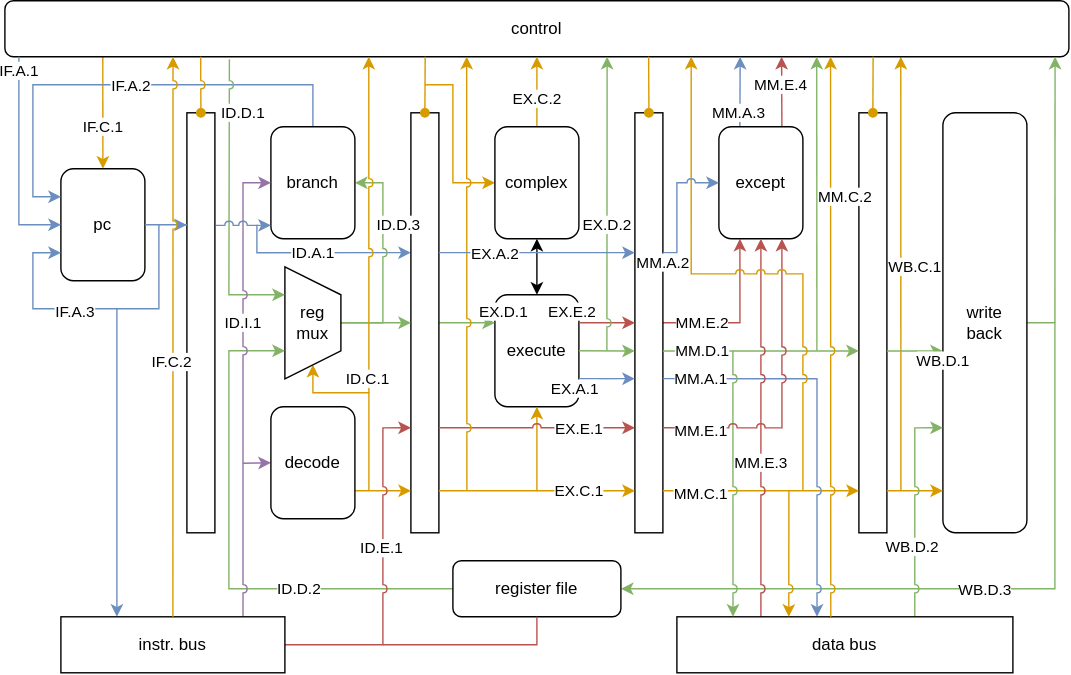
endereyewxy/NaiveMIPS keeps this draw.io diagram as datapath-2.svg. Above is the earlier version. Source tidied: cells renumbered, new cells last; positions are measured from the earlier drawing's top-left corner, leaving out a move shared by most shapes.
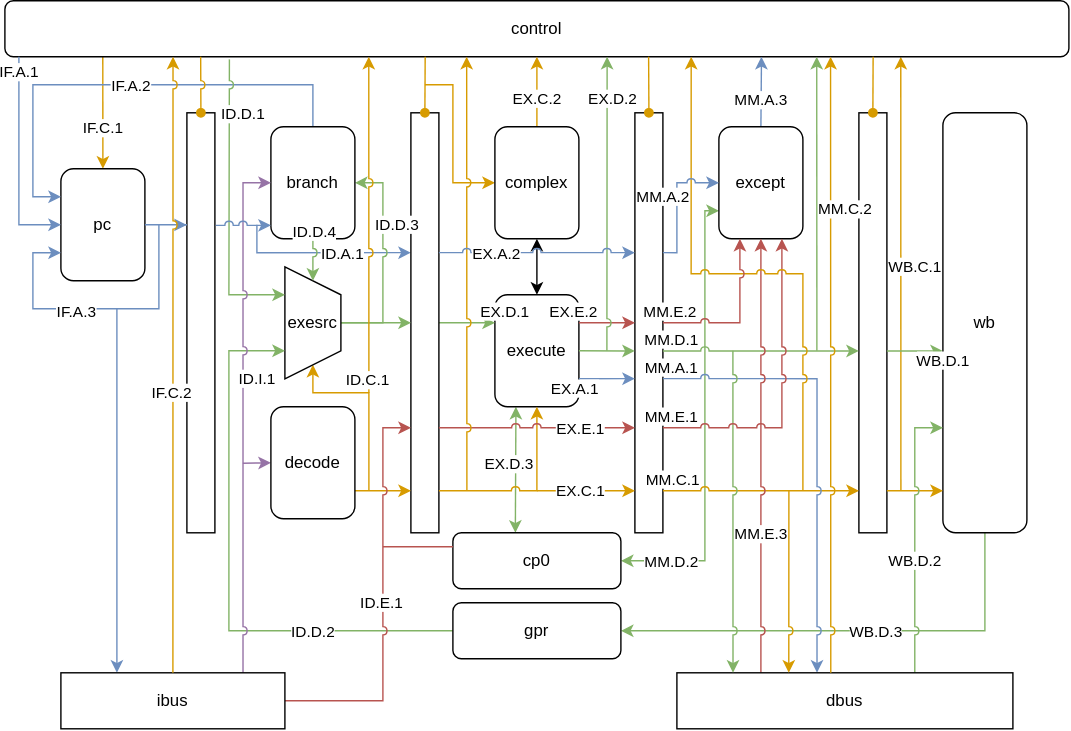
After the commit.

Commit message:
修改数据通路

Change to the diagram source:
```diff
@@ -4,2 +4,15 @@
     <mxCell id="1" parent="0" />
+    <mxCell id="109" style="edgeStyle=orthogonalEdgeStyle;rounded=0;jumpStyle=arc;jumpSize=6;jettySize=auto;html=1;exitX=0;exitY=0.75;exitDx=0;exitDy=0;entryX=1;entryY=0.5;entryDx=0;entryDy=0;endArrow=classic;endFill=1;fillColor=#d5e8d4;strokeColor=#82b366;startArrow=classic;startFill=1;" parent="1" edge="1" source="46" target="113">
+      <mxGeometry relative="1" as="geometry">
+        <Array as="points">
+          <mxPoint x="500" y="150" />
+          <mxPoint x="500" y="400" />
+        </Array>
+      </mxGeometry>
+    </mxCell>
+    <mxCell id="110" value="MM.D.2" style="edgeLabel;html=1;align=center;verticalAlign=middle;" parent="109" vertex="1">
+      <mxGeometry x="0.69" y="3" relative="1" as="geometry">
+        <mxPoint x="-14.7" y="-2" as="offset" />
+      </mxGeometry>
+    </mxCell>
     <mxCell id="2" style="endArrow=classic;html=1;fillColor=#dae8fc;strokeColor=#6c8ebf;rounded=0;edgeStyle=orthogonalEdgeStyle;entryX=0;entryY=0.333;entryDx=0;entryDy=0;entryPerimeter=0;jumpStyle=arc;" parent="1" edge="1" target="13">
@@ -17,2 +30,10 @@
     </mxCell>
+    <mxCell id="111" style="edgeStyle=orthogonalEdgeStyle;rounded=0;jumpStyle=arc;jumpSize=6;jettySize=auto;html=1;exitX=0.25;exitY=1;exitDx=0;exitDy=0;entryX=0.372;entryY=0;entryDx=0;entryDy=0;entryPerimeter=0;endArrow=classic;endFill=1;fillColor=#d5e8d4;strokeColor=#82b366;startArrow=classic;startFill=1;" parent="1" edge="1" source="4" target="113">
+      <mxGeometry relative="1" as="geometry" />
+    </mxCell>
+    <mxCell id="112" value="EX.D.3" style="edgeLabel;html=1;align=center;verticalAlign=middle;" parent="111" vertex="1">
+      <mxGeometry x="-0.25" y="-2" relative="1" as="geometry">
+        <mxPoint x="-3" y="6.2" as="offset" />
+      </mxGeometry>
+    </mxCell>
     <mxCell id="4" value="execute" style="rounded=1;whiteSpace=wrap;html=1;" parent="1" vertex="1">
@@ -56,10 +77,2 @@
     </mxCell>
-    <mxCell id="14" style="edgeStyle=orthogonalEdgeStyle;rounded=0;jumpStyle=arc;jumpSize=6;jettySize=auto;html=1;exitX=1;exitY=0.5;exitDx=0;exitDy=0;entryX=0.25;entryY=1;entryDx=0;entryDy=0;endArrow=classic;endFill=1;fillColor=#f8cecc;strokeColor=#b85450;" parent="1" edge="1" source="16" target="46">
-      <mxGeometry relative="1" as="geometry" />
-    </mxCell>
-    <mxCell id="15" value="MM.E.2" style="edgeLabel;html=1;align=center;verticalAlign=middle;" parent="14" vertex="1">
-      <mxGeometry x="-0.65" y="1" relative="1" as="geometry">
-        <mxPoint x="8" y="1" as="offset" />
-      </mxGeometry>
-    </mxCell>
     <mxCell id="16" style="rounded=0;whiteSpace=wrap;html=1;" parent="1" vertex="1">
@@ -144,16 +157,11 @@
     </mxCell>
-    <mxCell id="34" style="edgeStyle=orthogonalEdgeStyle;rounded=0;jumpStyle=arc;jumpSize=6;jettySize=auto;html=1;exitX=1;exitY=0.5;exitDx=0;exitDy=0;entryX=1;entryY=0.5;entryDx=0;entryDy=0;endArrow=classic;endFill=1;fillColor=#d5e8d4;strokeColor=#82b366;" parent="1" edge="1" source="37" target="54">
+    <mxCell id="34" style="edgeStyle=orthogonalEdgeStyle;rounded=0;jumpStyle=arc;jumpSize=6;jettySize=auto;html=1;exitX=0.5;exitY=1;exitDx=0;exitDy=0;entryX=1;entryY=0.5;entryDx=0;entryDy=0;endArrow=classic;endFill=1;fillColor=#d5e8d4;strokeColor=#82b366;" parent="1" edge="1" source="37" target="54">
       <mxGeometry relative="1" as="geometry" />
     </mxCell>
-    <mxCell id="35" style="edgeStyle=orthogonalEdgeStyle;rounded=0;jumpStyle=arc;jumpSize=6;jettySize=auto;html=1;endArrow=classic;endFill=1;fillColor=#d5e8d4;strokeColor=#82b366;entryX=0.987;entryY=1;entryDx=0;entryDy=0;entryPerimeter=0;" parent="1" edge="1" target="23">
-      <mxGeometry relative="1" as="geometry">
-        <mxPoint x="750" y="230" as="sourcePoint" />
-      </mxGeometry>
-    </mxCell>
-    <mxCell id="36" value="WB.D.3" style="edgeLabel;html=1;align=center;verticalAlign=middle;" parent="35" vertex="1">
-      <mxGeometry x="-0.22" relative="1" as="geometry">
-        <mxPoint x="-50" y="265.5" as="offset" />
+    <mxCell id="36" value="WB.D.3" style="edgeLabel;html=1;align=center;verticalAlign=middle;" parent="34" vertex="1">
+      <mxGeometry x="-0.07" y="-2" relative="1" as="geometry">
+        <mxPoint x="6.2" y="3" as="offset" />
       </mxGeometry>
     </mxCell>
-    <mxCell id="37" value="&lt;div&gt;write&lt;/div&gt;&lt;div&gt;back&lt;/div&gt;" style="rounded=1;whiteSpace=wrap;html=1;" parent="1" vertex="1">
+    <mxCell id="37" value="wb" style="rounded=1;whiteSpace=wrap;html=1;" parent="1" vertex="1">
       <mxGeometry x="670" y="80" width="60" height="300" as="geometry" />
@@ -177,6 +185,6 @@
     </mxCell>
-    <mxCell id="41" value="reg mux" style="shape=trapezoid;perimeter=trapezoidPerimeter;whiteSpace=wrap;html=1;fixedSize=1;direction=south;" parent="1" vertex="1">
+    <mxCell id="41" value="exesrc" style="shape=trapezoid;perimeter=trapezoidPerimeter;whiteSpace=wrap;html=1;fixedSize=1;direction=south;" parent="1" vertex="1">
       <mxGeometry x="200" y="190" width="40" height="80" as="geometry" />
     </mxCell>
-    <mxCell id="42" style="edgeStyle=orthogonalEdgeStyle;rounded=0;jumpStyle=arc;jumpSize=6;jettySize=auto;html=1;exitX=0.25;exitY=0;exitDx=0;exitDy=0;entryX=0.691;entryY=1;entryDx=0;entryDy=0;entryPerimeter=0;endArrow=classic;endFill=1;fillColor=#dae8fc;strokeColor=#6c8ebf;" parent="1" edge="1" source="46" target="23">
+    <mxCell id="42" style="edgeStyle=orthogonalEdgeStyle;rounded=0;jumpStyle=arc;jumpSize=6;jettySize=auto;html=1;exitX=0.5;exitY=0;exitDx=0;exitDy=0;entryX=0.711;entryY=1;entryDx=0;entryDy=0;entryPerimeter=0;endArrow=classic;endFill=1;fillColor=#dae8fc;strokeColor=#6c8ebf;" parent="1" edge="1" source="46" target="23">
       <mxGeometry relative="1" as="geometry" />
@@ -185,11 +193,5 @@
       <mxGeometry x="-0.74" y="1" relative="1" as="geometry">
-        <mxPoint y="-3.6" as="offset" />
+        <mxPoint x="1" y="-13.1" as="offset" />
       </mxGeometry>
     </mxCell>
-    <mxCell id="44" style="edgeStyle=orthogonalEdgeStyle;rounded=0;jumpStyle=arc;jumpSize=6;jettySize=auto;html=1;exitX=0.75;exitY=0;exitDx=0;exitDy=0;entryX=0.73;entryY=1;entryDx=0;entryDy=0;entryPerimeter=0;endArrow=classic;endFill=1;fillColor=#f8cecc;strokeColor=#b85450;" parent="1" edge="1" source="46" target="23">
-      <mxGeometry relative="1" as="geometry" />
-    </mxCell>
-    <mxCell id="45" value="MM.E.4" style="edgeLabel;html=1;align=center;verticalAlign=middle;" parent="44" vertex="1">
-      <mxGeometry x="0.23" y="1" relative="1" as="geometry" />
-    </mxCell>
     <mxCell id="46" value="&lt;div&gt;except&lt;/div&gt;" style="rounded=1;whiteSpace=wrap;html=1;" parent="1" vertex="1">
@@ -230,6 +232,6 @@
     </mxCell>
-    <mxCell id="52" style="edgeStyle=orthogonalEdgeStyle;rounded=0;jumpStyle=arc;jumpSize=6;jettySize=auto;html=1;exitX=0;exitY=0.5;exitDx=0;exitDy=0;entryX=0.75;entryY=1;entryDx=0;entryDy=0;endArrow=classic;endFill=1;fillColor=#d5e8d4;strokeColor=#82b366;" parent="1" edge="1" source="54" target="41">
+    <mxCell id="52" style="edgeStyle=orthogonalEdgeStyle;rounded=0;jumpStyle=arc;jumpSize=6;jettySize=auto;html=1;entryX=0.75;entryY=1;entryDx=0;entryDy=0;endArrow=classic;endFill=1;fillColor=#d5e8d4;strokeColor=#82b366;exitX=0;exitY=0.5;exitDx=0;exitDy=0;" parent="1" edge="1" source="54" target="41">
       <mxGeometry relative="1" as="geometry">
         <Array as="points">
-          <mxPoint x="160" y="420" />
+          <mxPoint x="160" y="450" />
           <mxPoint x="160" y="250" />
@@ -240,7 +242,7 @@
       <mxGeometry x="-0.35" y="2" relative="1" as="geometry">
-        <mxPoint x="10.5" y="-2" as="offset" />
+        <mxPoint x="30" y="-1" as="offset" />
       </mxGeometry>
     </mxCell>
-    <mxCell id="54" value="&lt;div&gt;register file&lt;br&gt;&lt;/div&gt;" style="rounded=1;whiteSpace=wrap;html=1;" parent="1" vertex="1">
-      <mxGeometry x="320" y="400" width="120" height="40" as="geometry" />
+    <mxCell id="54" value="gpr" style="rounded=1;whiteSpace=wrap;html=1;" parent="1" vertex="1">
+      <mxGeometry x="320" y="430" width="120" height="40" as="geometry" />
     </mxCell>
@@ -259,6 +261,6 @@
     </mxCell>
-    <mxCell id="57" style="endArrow=classic;startArrow=classic;html=1;entryX=0.5;entryY=1;entryDx=0;entryDy=0;exitX=0.5;exitY=0;exitDx=0;exitDy=0;" parent="1" edge="1" source="4" target="33">
+    <mxCell id="57" style="endArrow=classic;startArrow=classic;html=1;entryX=0.5;entryY=1;entryDx=0;entryDy=0;exitX=0.5;exitY=0;exitDx=0;exitDy=0;jumpStyle=arc;" parent="1" edge="1" source="4" target="33">
       <mxGeometry relative="1" as="geometry" />
     </mxCell>
-    <mxCell id="58" style="endArrow=classic;html=1;entryX=0;entryY=0.567;entryDx=0;entryDy=0;fillColor=#d5e8d4;strokeColor=#82b366;exitX=1;exitY=0.567;exitDx=0;exitDy=0;exitPerimeter=0;entryPerimeter=0;" parent="1" edge="1" source="16" target="10">
+    <mxCell id="58" style="endArrow=classic;html=1;entryX=0;entryY=0.567;entryDx=0;entryDy=0;fillColor=#d5e8d4;strokeColor=#82b366;exitX=1;exitY=0.567;exitDx=0;exitDy=0;exitPerimeter=0;entryPerimeter=0;jumpStyle=arc;" parent="1" edge="1" source="16" target="10">
       <mxGeometry relative="1" as="geometry" />
@@ -266,3 +268,5 @@
     <mxCell id="59" value="MM.D.1" style="edgeLabel;html=1;align=center;verticalAlign=middle;" parent="58" vertex="1">
-      <mxGeometry x="-0.61" relative="1" as="geometry" />
+      <mxGeometry x="-0.61" relative="1" as="geometry">
+        <mxPoint x="-21.5" y="-8.1" as="offset" />
+      </mxGeometry>
     </mxCell>
@@ -278,3 +282,3 @@
     </mxCell>
-    <mxCell id="62" style="endArrow=classic;html=1;exitX=1;exitY=0.9;exitDx=0;exitDy=0;exitPerimeter=0;entryX=0;entryY=0.9;entryDx=0;entryDy=0;entryPerimeter=0;fillColor=#ffe6cc;strokeColor=#d79b00;" parent="1" edge="1" source="16" target="10">
+    <mxCell id="62" style="endArrow=classic;html=1;exitX=1;exitY=0.9;exitDx=0;exitDy=0;exitPerimeter=0;entryX=0;entryY=0.9;entryDx=0;entryDy=0;entryPerimeter=0;fillColor=#ffe6cc;strokeColor=#d79b00;jumpStyle=arc;" parent="1" edge="1" source="16" target="10">
       <mxGeometry relative="1" as="geometry" />
@@ -283,3 +287,3 @@
       <mxGeometry x="-0.69" y="-2" relative="1" as="geometry">
-        <mxPoint x="5" as="offset" />
+        <mxPoint x="-14.9" y="-10" as="offset" />
       </mxGeometry>
@@ -311,3 +315,3 @@
       <mxGeometry x="-0.61" y="-1" relative="1" as="geometry">
-        <mxPoint x="-1.1" y="-145.2" as="offset" />
+        <mxPoint x="8.9" y="-137.5" as="offset" />
       </mxGeometry>
@@ -324,3 +328,3 @@
       <mxGeometry x="-0.26" y="1" relative="1" as="geometry">
-        <mxPoint x="54.9" y="20.6" as="offset" />
+        <mxPoint x="75.8" y="21.6" as="offset" />
       </mxGeometry>
@@ -335,3 +339,3 @@
         <Array as="points">
-          <mxPoint x="270" y="460" />
+          <mxPoint x="270" y="500" />
           <mxPoint x="270" y="305" />
@@ -341,6 +345,8 @@
     <mxCell id="74" value="ID.E.1" style="edgeLabel;html=1;align=center;verticalAlign=middle;" parent="73" vertex="1">
-      <mxGeometry x="0.14" y="1" relative="1" as="geometry" />
+      <mxGeometry x="0.14" y="1" relative="1" as="geometry">
+        <mxPoint y="21.7" as="offset" />
+      </mxGeometry>
     </mxCell>
-    <mxCell id="75" value="instr. bus" style="rounded=0;whiteSpace=wrap;html=1;" parent="1" vertex="1">
-      <mxGeometry x="40" y="440" width="160" height="40" as="geometry" />
+    <mxCell id="75" value="ibus" style="rounded=0;whiteSpace=wrap;html=1;" parent="1" vertex="1">
+      <mxGeometry x="40" y="480" width="160" height="40" as="geometry" />
     </mxCell>
@@ -351,3 +357,3 @@
       <mxGeometry x="-0.9" y="-2" relative="1" as="geometry">
-        <mxPoint x="13" y="-1.9" as="offset" />
+        <mxPoint x="-10.2" y="-9.9" as="offset" />
       </mxGeometry>
@@ -359,3 +365,3 @@
       <mxGeometry x="-0.26" y="2" relative="1" as="geometry">
-        <mxPoint y="7.1" as="offset" />
+        <mxPoint x="2" y="-8.3" as="offset" />
       </mxGeometry>
@@ -367,7 +373,7 @@
       <mxGeometry x="-0.2" relative="1" as="geometry">
-        <mxPoint y="-1.9" as="offset" />
+        <mxPoint y="24.3" as="offset" />
       </mxGeometry>
     </mxCell>
-    <mxCell id="82" value="data bus" style="rounded=0;whiteSpace=wrap;html=1;" parent="1" vertex="1">
-      <mxGeometry x="480" y="440" width="240" height="40" as="geometry" />
+    <mxCell id="82" value="dbus" style="rounded=0;whiteSpace=wrap;html=1;" parent="1" vertex="1">
+      <mxGeometry x="480" y="480" width="240" height="40" as="geometry" />
     </mxCell>
@@ -407,3 +413,3 @@
       <mxGeometry x="-0.41" relative="1" as="geometry">
-        <mxPoint y="-28.6" as="offset" />
+        <mxPoint x="4" y="-118.3" as="offset" />
       </mxGeometry>
@@ -432,3 +438,3 @@
       <mxGeometry x="-0.8" relative="1" as="geometry">
-        <mxPoint x="5" y="2" as="offset" />
+        <mxPoint x="-15.9" y="-8" as="offset" />
       </mxGeometry>
@@ -460,11 +466,3 @@
     </mxCell>
-    <mxCell id="104" style="endArrow=none;html=1;exitX=0.5;exitY=1;exitDx=0;exitDy=0;edgeStyle=orthogonalEdgeStyle;rounded=0;fillColor=#f8cecc;strokeColor=#b85450;" parent="1" edge="1" source="54">
-      <mxGeometry relative="1" as="geometry">
-        <mxPoint x="270" y="460" as="targetPoint" />
-        <Array as="points">
-          <mxPoint x="380" y="460" />
-        </Array>
-      </mxGeometry>
-    </mxCell>
-    <mxCell id="105" style="endArrow=classic;html=1;exitX=1;exitY=0.333;exitDx=0;exitDy=0;exitPerimeter=0;entryX=0;entryY=0.333;entryDx=0;entryDy=0;entryPerimeter=0;fillColor=#dae8fc;strokeColor=#6c8ebf;" parent="1" edge="1" source="13" target="16">
+    <mxCell id="105" style="endArrow=classic;html=1;exitX=1;exitY=0.333;exitDx=0;exitDy=0;exitPerimeter=0;entryX=0;entryY=0.333;entryDx=0;entryDy=0;entryPerimeter=0;fillColor=#dae8fc;strokeColor=#6c8ebf;jumpStyle=arc;" parent="1" edge="1" source="13" target="16">
       <mxGeometry relative="1" as="geometry" />
@@ -486,5 +484,29 @@
       <mxGeometry x="0.19" relative="1" as="geometry">
-        <mxPoint x="-10" y="50.3" as="offset" />
+        <mxPoint x="-10" y="3.4" as="offset" />
       </mxGeometry>
     </mxCell>
+    <mxCell id="113" value="cp0" style="rounded=1;whiteSpace=wrap;html=1;" parent="1" vertex="1">
+      <mxGeometry x="320" y="380" width="120" height="40" as="geometry" />
+    </mxCell>
+    <mxCell id="14" style="edgeStyle=orthogonalEdgeStyle;rounded=0;jumpStyle=arc;jumpSize=6;jettySize=auto;html=1;exitX=1;exitY=0.5;exitDx=0;exitDy=0;entryX=0.25;entryY=1;entryDx=0;entryDy=0;endArrow=classic;endFill=1;fillColor=#f8cecc;strokeColor=#b85450;" parent="1" edge="1" source="16" target="46">
+      <mxGeometry relative="1" as="geometry" />
+    </mxCell>
+    <mxCell id="15" value="MM.E.2" style="edgeLabel;html=1;align=center;verticalAlign=middle;" parent="14" vertex="1">
+      <mxGeometry x="-0.65" y="1" relative="1" as="geometry">
+        <mxPoint x="-15" y="-7" as="offset" />
+      </mxGeometry>
+    </mxCell>
+    <mxCell id="114" style="endArrow=none;html=1;entryX=0;entryY=0.25;entryDx=0;entryDy=0;fillColor=#f8cecc;strokeColor=#b85450;" parent="1" edge="1" target="113">
+      <mxGeometry relative="1" as="geometry">
+        <mxPoint x="270" y="390" as="sourcePoint" />
+      </mxGeometry>
+    </mxCell>
+    <mxCell id="115" style="edgeStyle=orthogonalEdgeStyle;rounded=0;jumpStyle=arc;jumpSize=6;jettySize=auto;html=1;exitX=0.5;exitY=1;exitDx=0;exitDy=0;entryX=0;entryY=0.5;entryDx=0;entryDy=0;startArrow=none;startFill=0;endArrow=classic;endFill=1;fillColor=#d5e8d4;strokeColor=#82b366;" parent="1" edge="1" source="19" target="41">
+      <mxGeometry relative="1" as="geometry" />
+    </mxCell>
+    <mxCell id="116" value="ID.D.4" style="edgeLabel;html=1;align=center;verticalAlign=middle;" parent="115" vertex="1">
+      <mxGeometry x="0.6" relative="1" as="geometry">
+        <mxPoint x="1" y="-29.2" as="offset" />
+      </mxGeometry>
+    </mxCell>
   </root>
```
